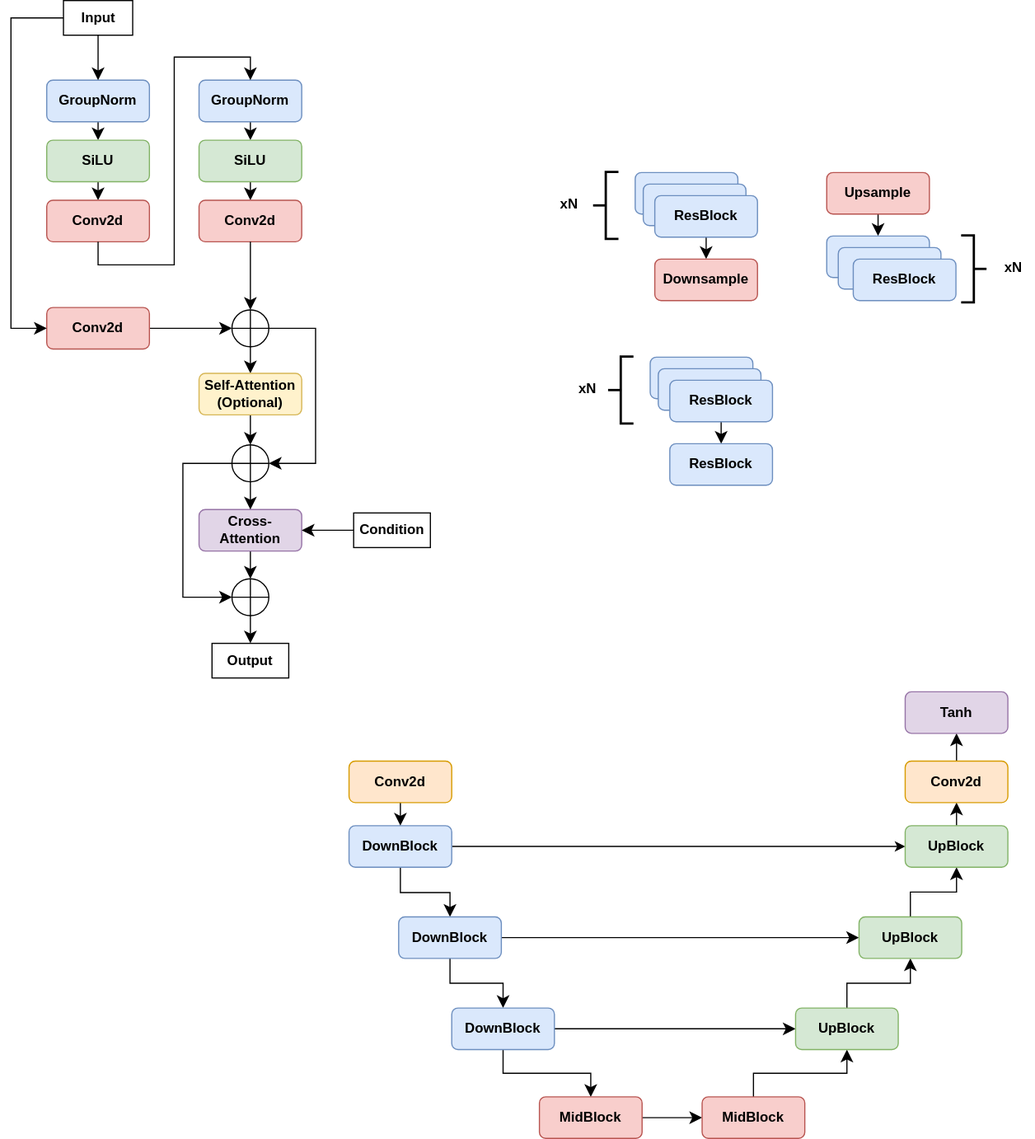
The draw.io diagram files/unet.svg in abdelnour13/my_kaggle_notebooks, before a commit. Source tidied: cells renumbered, new cells last; positions are measured from the earlier drawing's top-left corner, leaving out a move shared by most shapes.
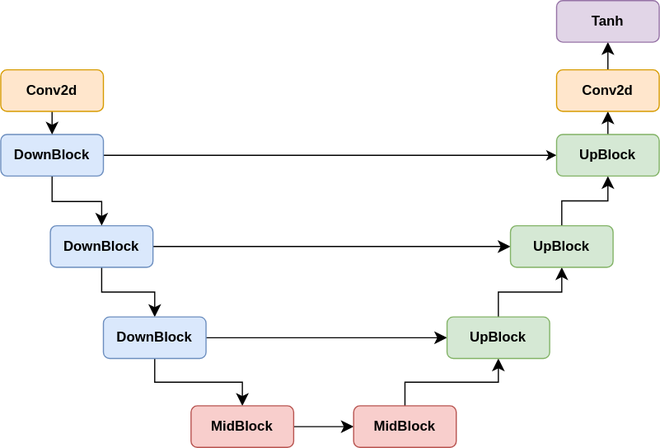
Above is the later version.

What changed in the source:
```diff
@@ -2,207 +2,6 @@
   <root>
     <mxCell id="0" />
     <mxCell id="1" parent="0" />
-    <mxCell id="2" style="group;" parent="1" vertex="1">
-      <mxGeometry width="405" height="606" as="geometry" />
-    </mxCell>
-    <mxCell id="3" style="group;" parent="2" vertex="1">
-      <mxGeometry x="31" y="69" width="374" height="537" as="geometry" />
-    </mxCell>
-    <mxCell id="4" style="edgeStyle=none;curved=1;rounded=0;jettySize=auto;html=1;exitX=0.5;exitY=1;exitDx=0;exitDy=0;entryX=0.5;entryY=0;entryDx=0;entryDy=0;fontSize=12;startSize=8;endSize=8;" parent="3" edge="1" source="5" target="7">
-      <mxGeometry relative="1" as="geometry" />
-    </mxCell>
-    <mxCell id="5" value="&lt;b&gt;GroupNorm&lt;/b&gt;" style="rounded=1;whiteSpace=wrap;html=1;fillColor=#dae8fc;strokeColor=#6c8ebf;" parent="3" vertex="1">
-      <mxGeometry width="89" height="36" as="geometry" />
-    </mxCell>
-    <mxCell id="6" style="edgeStyle=none;curved=1;rounded=0;jettySize=auto;html=1;exitX=0.5;exitY=1;exitDx=0;exitDy=0;entryX=0.5;entryY=0;entryDx=0;entryDy=0;fontSize=12;startSize=8;endSize=8;" parent="3" edge="1" source="7" target="8">
-      <mxGeometry relative="1" as="geometry" />
-    </mxCell>
-    <mxCell id="7" value="&lt;b&gt;SiLU&lt;/b&gt;" style="rounded=1;whiteSpace=wrap;html=1;fillColor=#d5e8d4;strokeColor=#82b366;" parent="3" vertex="1">
-      <mxGeometry y="52" width="89" height="36" as="geometry" />
-    </mxCell>
-    <mxCell id="8" value="&lt;b&gt;Conv2d&lt;/b&gt;" style="rounded=1;whiteSpace=wrap;html=1;fillColor=#f8cecc;strokeColor=#b85450;" parent="3" vertex="1">
-      <mxGeometry y="104" width="89" height="36" as="geometry" />
-    </mxCell>
-    <mxCell id="9" style="group;" parent="2" vertex="1">
-      <mxGeometry x="158" y="69" width="89" height="140" as="geometry" />
-    </mxCell>
-    <mxCell id="10" style="edgeStyle=none;curved=1;rounded=0;jettySize=auto;html=1;exitX=0.5;exitY=1;exitDx=0;exitDy=0;entryX=0.5;entryY=0;entryDx=0;entryDy=0;fontSize=12;startSize=8;endSize=8;" parent="9" edge="1" source="11" target="13">
-      <mxGeometry relative="1" as="geometry" />
-    </mxCell>
-    <mxCell id="11" value="&lt;b&gt;GroupNorm&lt;/b&gt;" style="rounded=1;whiteSpace=wrap;html=1;fillColor=#dae8fc;strokeColor=#6c8ebf;" parent="9" vertex="1">
-      <mxGeometry x="5" width="89" height="36" as="geometry" />
-    </mxCell>
-    <mxCell id="12" style="edgeStyle=none;curved=1;rounded=0;jettySize=auto;html=1;exitX=0.5;exitY=1;exitDx=0;exitDy=0;entryX=0.5;entryY=0;entryDx=0;entryDy=0;fontSize=12;startSize=8;endSize=8;" parent="9" edge="1" source="13" target="14">
-      <mxGeometry relative="1" as="geometry" />
-    </mxCell>
-    <mxCell id="13" value="&lt;b&gt;SiLU&lt;/b&gt;" style="rounded=1;whiteSpace=wrap;html=1;fillColor=#d5e8d4;strokeColor=#82b366;" parent="9" vertex="1">
-      <mxGeometry x="5" y="52" width="89" height="36" as="geometry" />
-    </mxCell>
-    <mxCell id="14" value="&lt;b&gt;Conv2d&lt;/b&gt;" style="rounded=1;whiteSpace=wrap;html=1;fillColor=#f8cecc;strokeColor=#b85450;" parent="9" vertex="1">
-      <mxGeometry x="5" y="104" width="89" height="36" as="geometry" />
-    </mxCell>
-    <mxCell id="15" style="edgeStyle=orthogonalEdgeStyle;rounded=0;jettySize=auto;html=1;exitX=0.5;exitY=1;exitDx=0;exitDy=0;entryX=0.5;entryY=0;entryDx=0;entryDy=0;fontSize=12;startSize=8;endSize=8;" parent="2" edge="1" source="8" target="11">
-      <mxGeometry relative="1" as="geometry" />
-    </mxCell>
-    <mxCell id="16" style="edgeStyle=none;curved=1;rounded=0;jettySize=auto;html=1;exitX=1;exitY=0.5;exitDx=0;exitDy=0;entryX=0;entryY=0.5;entryDx=0;entryDy=0;fontSize=12;startSize=8;endSize=8;" parent="2" edge="1" source="17" target="23">
-      <mxGeometry relative="1" as="geometry" />
-    </mxCell>
-    <mxCell id="17" value="&lt;b&gt;Conv2d&lt;/b&gt;" style="rounded=1;whiteSpace=wrap;html=1;fillColor=#f8cecc;strokeColor=#b85450;" parent="2" vertex="1">
-      <mxGeometry x="31" y="266" width="89" height="36" as="geometry" />
-    </mxCell>
-    <mxCell id="18" style="edgeStyle=none;curved=1;rounded=0;jettySize=auto;html=1;exitX=0.5;exitY=1;exitDx=0;exitDy=0;entryX=0.5;entryY=0;entryDx=0;entryDy=0;fontSize=12;startSize=8;endSize=8;" parent="2" edge="1" source="20" target="5">
-      <mxGeometry relative="1" as="geometry" />
-    </mxCell>
-    <mxCell id="19" style="edgeStyle=orthogonalEdgeStyle;rounded=0;jettySize=auto;html=1;exitX=0;exitY=0.5;exitDx=0;exitDy=0;entryX=0;entryY=0.5;entryDx=0;entryDy=0;fontSize=12;startSize=8;endSize=8;" parent="2" edge="1" source="20" target="17">
-      <mxGeometry relative="1" as="geometry">
-        <Array as="points">
-          <mxPoint y="15" />
-          <mxPoint y="284" />
-        </Array>
-      </mxGeometry>
-    </mxCell>
-    <mxCell id="20" value="&lt;b&gt;Input&lt;/b&gt;" style="text;html=1;whiteSpace=wrap;strokeColor=default;fillColor=none;align=center;verticalAlign=middle;rounded=0;" parent="2" vertex="1">
-      <mxGeometry x="45.5" width="60" height="30" as="geometry" />
-    </mxCell>
-    <mxCell id="21" style="edgeStyle=none;curved=1;rounded=0;jettySize=auto;html=1;exitX=0.5;exitY=1;exitDx=0;exitDy=0;entryX=0.5;entryY=0;entryDx=0;entryDy=0;fontSize=12;startSize=8;endSize=8;" parent="2" edge="1" source="23" target="26">
-      <mxGeometry relative="1" as="geometry" />
-    </mxCell>
-    <mxCell id="22" style="edgeStyle=orthogonalEdgeStyle;rounded=0;jettySize=auto;html=1;entryX=1;entryY=0.5;entryDx=0;entryDy=0;fontSize=12;startSize=8;endSize=8;" parent="2" edge="1" source="23" target="31">
-      <mxGeometry relative="1" as="geometry">
-        <Array as="points">
-          <mxPoint x="264" y="284" />
-          <mxPoint x="264" y="401" />
-        </Array>
-      </mxGeometry>
-    </mxCell>
-    <mxCell id="23" style="shape=orEllipse;perimeter=ellipsePerimeter;whiteSpace=wrap;html=1;backgroundOutline=1;" parent="2" vertex="1">
-      <mxGeometry x="191.5" y="268" width="32" height="32" as="geometry" />
-    </mxCell>
-    <mxCell id="24" style="edgeStyle=none;curved=1;rounded=0;jettySize=auto;html=1;exitX=0.5;exitY=1;exitDx=0;exitDy=0;entryX=0.5;entryY=0;entryDx=0;entryDy=0;fontSize=12;startSize=8;endSize=8;" parent="2" edge="1" source="14" target="23">
-      <mxGeometry relative="1" as="geometry" />
-    </mxCell>
-    <mxCell id="25" style="edgeStyle=none;curved=1;rounded=0;jettySize=auto;html=1;exitX=0.5;exitY=1;exitDx=0;exitDy=0;entryX=0.5;entryY=0;entryDx=0;entryDy=0;fontSize=12;startSize=8;endSize=8;" parent="2" edge="1" source="26" target="31">
-      <mxGeometry relative="1" as="geometry" />
-    </mxCell>
-    <mxCell id="26" value="&lt;b&gt;Self-Attention (Optional)&lt;/b&gt;" style="rounded=1;whiteSpace=wrap;html=1;fillColor=#fff2cc;strokeColor=#d6b656;" parent="2" vertex="1">
-      <mxGeometry x="163" y="323" width="89" height="36" as="geometry" />
-    </mxCell>
-    <mxCell id="27" style="edgeStyle=none;curved=1;rounded=0;jettySize=auto;html=1;exitX=0.5;exitY=1;exitDx=0;exitDy=0;entryX=0.5;entryY=0;entryDx=0;entryDy=0;fontSize=12;startSize=8;endSize=8;" parent="2" edge="1" source="28" target="33">
-      <mxGeometry relative="1" as="geometry" />
-    </mxCell>
-    <mxCell id="28" value="&lt;b&gt;Cross-Attention&lt;/b&gt;" style="rounded=1;whiteSpace=wrap;html=1;fillColor=#e1d5e7;strokeColor=#9673a6;" parent="2" vertex="1">
-      <mxGeometry x="163" y="441" width="89" height="36" as="geometry" />
-    </mxCell>
-    <mxCell id="29" style="edgeStyle=none;curved=1;rounded=0;jettySize=auto;html=1;exitX=0.5;exitY=1;exitDx=0;exitDy=0;entryX=0.5;entryY=0;entryDx=0;entryDy=0;fontSize=12;startSize=8;endSize=8;" parent="2" edge="1" source="31" target="28">
-      <mxGeometry relative="1" as="geometry" />
-    </mxCell>
-    <mxCell id="30" style="edgeStyle=orthogonalEdgeStyle;rounded=0;jettySize=auto;html=1;exitX=0;exitY=0.5;exitDx=0;exitDy=0;entryX=0;entryY=0.5;entryDx=0;entryDy=0;fontSize=12;startSize=8;endSize=8;" parent="2" edge="1" source="31" target="33">
-      <mxGeometry relative="1" as="geometry">
-        <Array as="points">
-          <mxPoint x="149" y="401" />
-          <mxPoint x="149" y="517" />
-        </Array>
-      </mxGeometry>
-    </mxCell>
-    <mxCell id="31" style="shape=orEllipse;perimeter=ellipsePerimeter;whiteSpace=wrap;html=1;backgroundOutline=1;" parent="2" vertex="1">
-      <mxGeometry x="191.5" y="385" width="32" height="32" as="geometry" />
-    </mxCell>
-    <mxCell id="32" style="edgeStyle=none;curved=1;rounded=0;jettySize=auto;html=1;exitX=0.5;exitY=1;exitDx=0;exitDy=0;entryX=0.5;entryY=0;entryDx=0;entryDy=0;fontSize=12;startSize=8;endSize=8;" parent="2" edge="1" source="33" target="36">
-      <mxGeometry relative="1" as="geometry" />
-    </mxCell>
-    <mxCell id="33" style="shape=orEllipse;perimeter=ellipsePerimeter;whiteSpace=wrap;html=1;backgroundOutline=1;" parent="2" vertex="1">
-      <mxGeometry x="191.5" y="501" width="32" height="32" as="geometry" />
-    </mxCell>
-    <mxCell id="34" style="edgeStyle=none;curved=1;rounded=0;jettySize=auto;html=1;exitX=0;exitY=0.5;exitDx=0;exitDy=0;entryX=1;entryY=0.5;entryDx=0;entryDy=0;fontSize=12;startSize=8;endSize=8;" parent="2" edge="1" source="35" target="28">
-      <mxGeometry relative="1" as="geometry" />
-    </mxCell>
-    <mxCell id="35" value="&lt;b&gt;Condition&lt;/b&gt;" style="text;html=1;whiteSpace=wrap;strokeColor=default;fillColor=none;align=center;verticalAlign=middle;rounded=0;" parent="2" vertex="1">
-      <mxGeometry x="297" y="444" width="66.5" height="30" as="geometry" />
-    </mxCell>
-    <mxCell id="36" value="&lt;b&gt;Output&lt;/b&gt;" style="text;html=1;whiteSpace=wrap;strokeColor=default;fillColor=none;align=center;verticalAlign=middle;rounded=0;" parent="2" vertex="1">
-      <mxGeometry x="174.2" y="557" width="66.5" height="30" as="geometry" />
-    </mxCell>
-    <mxCell id="37" style="group;" parent="1" vertex="1">
-      <mxGeometry x="466" y="149" width="181" height="111" as="geometry" />
-    </mxCell>
-    <mxCell id="38" value="&lt;b&gt;ResBlock&lt;/b&gt;" style="rounded=1;whiteSpace=wrap;html=1;fillColor=#dae8fc;strokeColor=#6c8ebf;" parent="37" vertex="1">
-      <mxGeometry x="75" width="89" height="36" as="geometry" />
-    </mxCell>
-    <mxCell id="39" value="&lt;b&gt;ResBlock&lt;/b&gt;" style="rounded=1;whiteSpace=wrap;html=1;fillColor=#dae8fc;strokeColor=#6c8ebf;" parent="37" vertex="1">
-      <mxGeometry x="82" y="10" width="89" height="36" as="geometry" />
-    </mxCell>
-    <mxCell id="40" style="edgeStyle=none;curved=1;rounded=0;jettySize=auto;html=1;exitX=0.5;exitY=1;exitDx=0;exitDy=0;entryX=0.5;entryY=0;entryDx=0;entryDy=0;fontSize=12;startSize=8;endSize=8;" parent="37" edge="1" source="41" target="42">
-      <mxGeometry relative="1" as="geometry" />
-    </mxCell>
-    <mxCell id="41" value="&lt;b&gt;ResBlock&lt;/b&gt;" style="rounded=1;whiteSpace=wrap;html=1;fillColor=#dae8fc;strokeColor=#6c8ebf;" parent="37" vertex="1">
-      <mxGeometry x="92" y="20" width="89" height="36" as="geometry" />
-    </mxCell>
-    <mxCell id="42" value="&lt;b&gt;Downsample&lt;/b&gt;" style="rounded=1;whiteSpace=wrap;html=1;fillColor=#f8cecc;strokeColor=#b85450;" parent="37" vertex="1">
-      <mxGeometry x="92" y="75" width="89" height="36" as="geometry" />
-    </mxCell>
-    <mxCell id="43" style="strokeWidth=2;html=1;shape=mxgraph.flowchart.annotation_2;align=left;labelPosition=right;" parent="37" vertex="1">
-      <mxGeometry x="39" width="22" height="58" as="geometry" />
-    </mxCell>
-    <mxCell id="44" value="&lt;b&gt;xN&lt;/b&gt;" style="text;html=1;whiteSpace=wrap;strokeColor=none;fillColor=none;align=center;verticalAlign=middle;rounded=0;" parent="37" vertex="1">
-      <mxGeometry y="13" width="36" height="30" as="geometry" />
-    </mxCell>
-    <mxCell id="45" style="edgeStyle=none;curved=1;rounded=0;orthogonalLoop=1;jettySize=auto;html=1;exitX=0.25;exitY=1;exitDx=0;exitDy=0;fontSize=12;startSize=8;endSize=8;" parent="37" edge="1" source="44" target="44">
-      <mxGeometry relative="1" as="geometry" />
-    </mxCell>
-    <mxCell id="46" style="group;" parent="1" vertex="1">
-      <mxGeometry x="707" y="149" width="180" height="113" as="geometry" />
-    </mxCell>
-    <mxCell id="47" style="edgeStyle=none;curved=1;rounded=0;jettySize=auto;html=1;exitX=0.5;exitY=1;exitDx=0;exitDy=0;entryX=0.5;entryY=0;entryDx=0;entryDy=0;fontSize=12;startSize=8;endSize=8;" parent="46" edge="1" source="48" target="49">
-      <mxGeometry relative="1" as="geometry" />
-    </mxCell>
-    <mxCell id="48" value="&lt;b&gt;Upsample&lt;/b&gt;" style="rounded=1;whiteSpace=wrap;html=1;fillColor=#f8cecc;strokeColor=#b85450;" parent="46" vertex="1">
-      <mxGeometry width="89" height="36" as="geometry" />
-    </mxCell>
-    <mxCell id="49" value="&lt;b&gt;ResBlock&lt;/b&gt;" style="rounded=1;whiteSpace=wrap;html=1;fillColor=#dae8fc;strokeColor=#6c8ebf;" parent="46" vertex="1">
-      <mxGeometry y="55" width="89" height="36" as="geometry" />
-    </mxCell>
-    <mxCell id="50" value="&lt;b&gt;ResBlock&lt;/b&gt;" style="rounded=1;whiteSpace=wrap;html=1;fillColor=#dae8fc;strokeColor=#6c8ebf;" parent="46" vertex="1">
-      <mxGeometry x="10" y="65" width="89" height="36" as="geometry" />
-    </mxCell>
-    <mxCell id="51" value="&lt;b&gt;ResBlock&lt;/b&gt;" style="rounded=1;whiteSpace=wrap;html=1;fillColor=#dae8fc;strokeColor=#6c8ebf;" parent="46" vertex="1">
-      <mxGeometry x="23" y="75" width="89" height="36" as="geometry" />
-    </mxCell>
-    <mxCell id="52" style="strokeWidth=2;html=1;shape=mxgraph.flowchart.annotation_2;align=left;labelPosition=right;rotation=-180;" parent="46" vertex="1">
-      <mxGeometry x="117" y="55" width="22" height="58" as="geometry" />
-    </mxCell>
-    <mxCell id="53" value="&lt;b&gt;xN&lt;/b&gt;" style="text;html=1;whiteSpace=wrap;strokeColor=none;fillColor=none;align=center;verticalAlign=middle;rounded=0;" parent="46" vertex="1">
-      <mxGeometry x="144" y="68" width="36" height="30" as="geometry" />
-    </mxCell>
-    <mxCell id="54" style="group;" parent="1" vertex="1">
-      <mxGeometry x="482" y="309" width="178" height="111" as="geometry" />
-    </mxCell>
-    <mxCell id="55" value="&lt;b&gt;ResBlock&lt;/b&gt;" style="rounded=1;whiteSpace=wrap;html=1;fillColor=#dae8fc;strokeColor=#6c8ebf;" parent="54" vertex="1">
-      <mxGeometry x="72" width="89" height="36" as="geometry" />
-    </mxCell>
-    <mxCell id="56" value="&lt;b&gt;ResBlock&lt;/b&gt;" style="rounded=1;whiteSpace=wrap;html=1;fillColor=#dae8fc;strokeColor=#6c8ebf;" parent="54" vertex="1">
-      <mxGeometry x="79" y="10" width="89" height="36" as="geometry" />
-    </mxCell>
-    <mxCell id="57" style="edgeStyle=none;curved=1;rounded=0;jettySize=auto;html=1;exitX=0.5;exitY=1;exitDx=0;exitDy=0;entryX=0.5;entryY=0;entryDx=0;entryDy=0;fontSize=12;startSize=8;endSize=8;" parent="54" edge="1" source="58" target="59">
-      <mxGeometry relative="1" as="geometry" />
-    </mxCell>
-    <mxCell id="58" value="&lt;b&gt;ResBlock&lt;/b&gt;" style="rounded=1;whiteSpace=wrap;html=1;fillColor=#dae8fc;strokeColor=#6c8ebf;" parent="54" vertex="1">
-      <mxGeometry x="89" y="20" width="89" height="36" as="geometry" />
-    </mxCell>
-    <mxCell id="59" value="&lt;b&gt;ResBlock&lt;/b&gt;" style="rounded=1;whiteSpace=wrap;html=1;fillColor=#dae8fc;strokeColor=#6c8ebf;" parent="54" vertex="1">
-      <mxGeometry x="89" y="75" width="89" height="36" as="geometry" />
-    </mxCell>
-    <mxCell id="60" style="strokeWidth=2;html=1;shape=mxgraph.flowchart.annotation_2;align=left;labelPosition=right;" parent="54" vertex="1">
-      <mxGeometry x="36" width="22" height="58" as="geometry" />
-    </mxCell>
-    <mxCell id="61" style="edgeStyle=none;curved=1;rounded=0;orthogonalLoop=1;jettySize=auto;html=1;exitX=0.25;exitY=1;exitDx=0;exitDy=0;fontSize=12;startSize=8;endSize=8;" parent="54" edge="1">
-      <mxGeometry relative="1" as="geometry">
-        <mxPoint x="6" y="43" as="sourcePoint" />
-        <mxPoint x="6" y="43" as="targetPoint" />
-      </mxGeometry>
-    </mxCell>
-    <mxCell id="62" value="&lt;b&gt;xN&lt;/b&gt;" style="text;html=1;whiteSpace=wrap;strokeColor=none;fillColor=none;align=center;verticalAlign=middle;rounded=0;" parent="54" vertex="1">
-      <mxGeometry y="13" width="36" height="30" as="geometry" />
-    </mxCell>
     <mxCell id="63" style="group;" parent="1" vertex="1">
       <mxGeometry x="293" y="599" width="571" height="387" as="geometry" />
     </mxCell>
```
